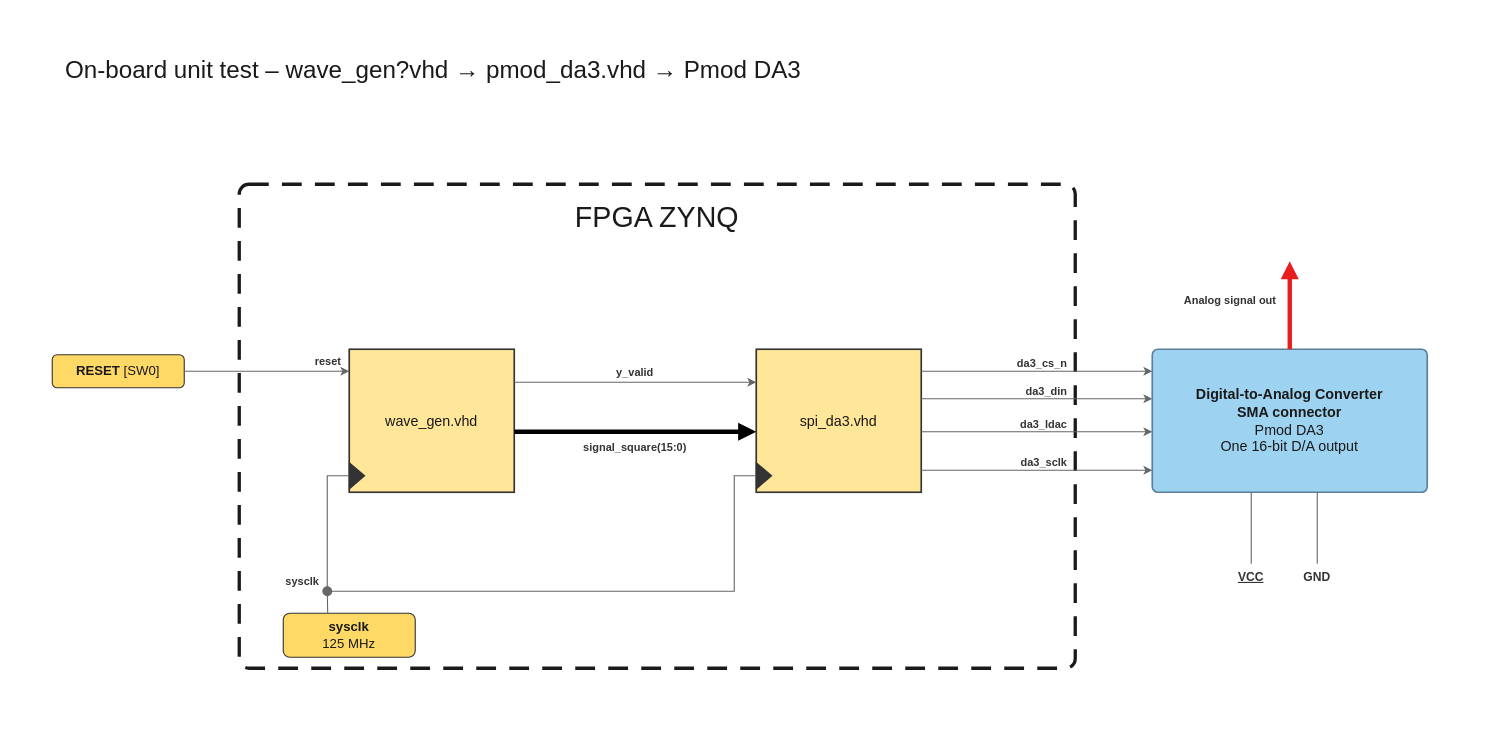
Earlier version of the draw.io diagram docs/img/DA3_unit_test_wave_gen.drawio (MarcG-Digital-Design/fpga-signal-processing). Source tidied: cells renumbered, new cells numbered last; positions are measured from the earlier drawing's top-left corner, leaving out a move shared by most shapes. Both pictures are drawn from the tidied source at 110%, with x=0, y=0 at pixel (19, 19).
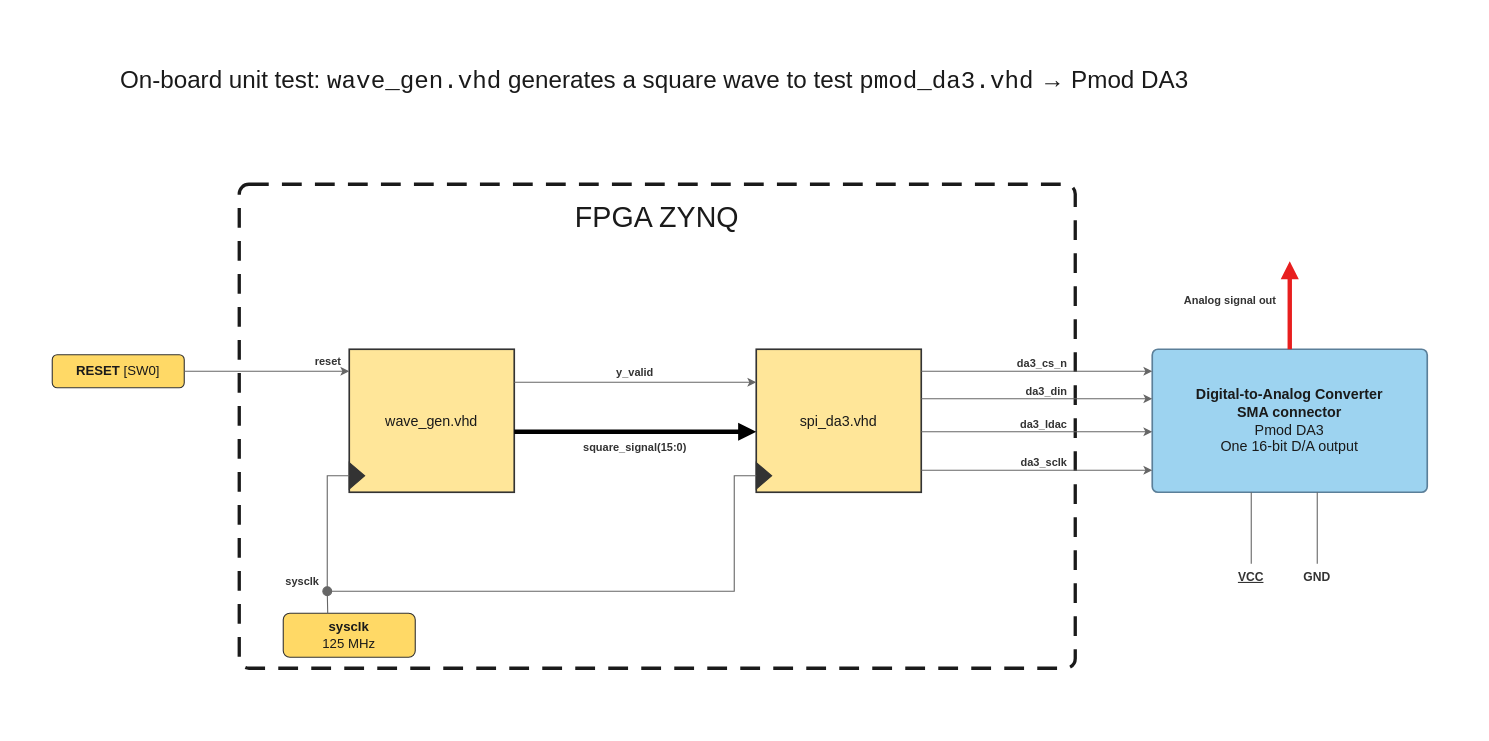
The same page after the edit.

Diff of the diagram source:
```diff
@@
-    <mxCell id="3" value="On-board unit test – wave_gen?vhd → pmod_da3.vhd → Pmod DA3" style="text;html=1;strokeColor=none;fillColor=none;align=left;verticalAlign=middle;whiteSpace=wrap;fontSize=22;fontStyle=0;fontColor=#1A1A1A;" parent="1" vertex="1">
-      <mxGeometry x="40" y="30" width="900" height="34" as="geometry" />
+    <mxCell id="3" value="On-board unit test: &lt;code&gt;wave_gen.vhd&lt;/code&gt; generates a square wave to test &lt;code&gt;pmod_da3.vhd&lt;/code&gt; → Pmod DA3" style="text;html=1;strokeColor=none;fillColor=none;align=left;verticalAlign=middle;whiteSpace=wrap;fontSize=22;fontStyle=0;fontColor=#1A1A1A;" parent="1" vertex="1">
+      <mxGeometry x="90" y="40" width="1040" height="34" as="geometry" />
     </mxCell>
@@
-    <mxCell id="22" value="signal_square(15:0)" style="text;html=1;strokeColor=none;fillColor=none;align=center;verticalAlign=middle;whiteSpace=wrap;fontSize=10;fontStyle=1;fontColor=#333333;" parent="1" vertex="1">
+    <mxCell id="22" value="square_signal(15:0)" style="text;html=1;strokeColor=none;fillColor=none;align=center;verticalAlign=middle;whiteSpace=wrap;fontSize=10;fontStyle=1;fontColor=#333333;" parent="1" vertex="1">
       <mxGeometry x="470" y="381" width="180" height="16" as="geometry" />
     </mxCell>
```
